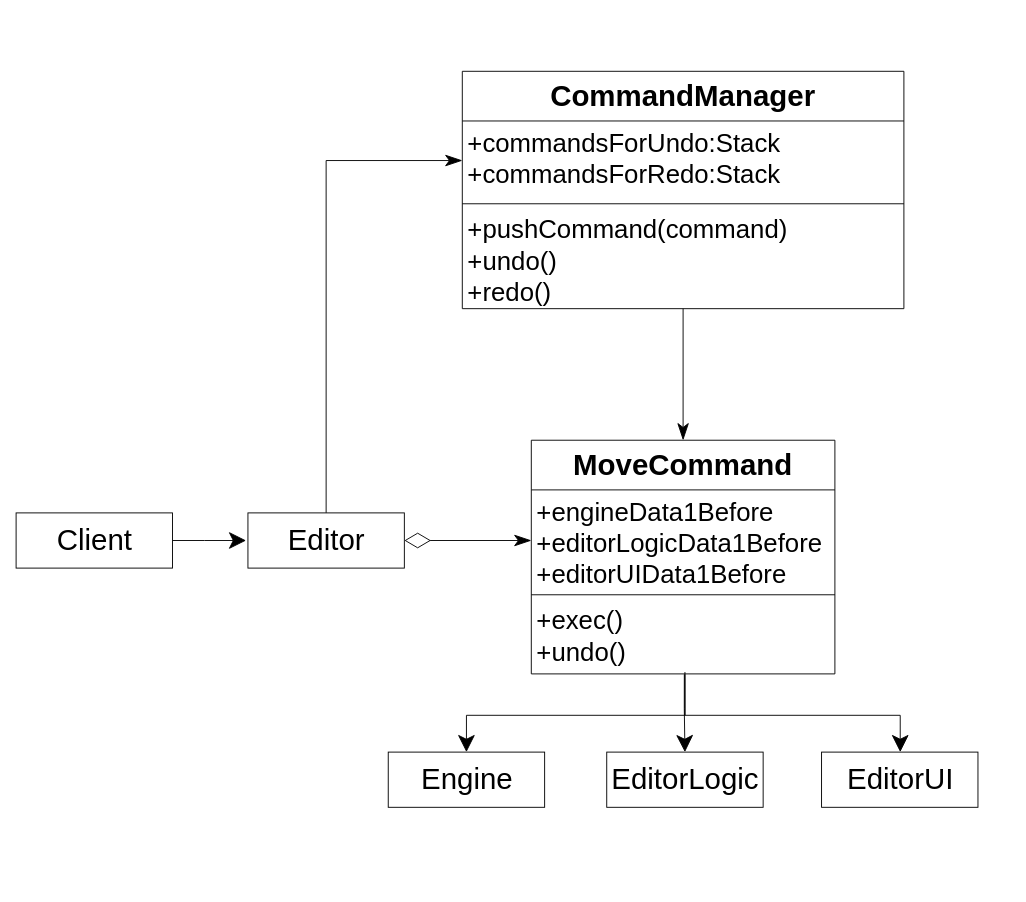
Above: packages/撤销重做模式/story_before/UML.drawio in yyc-git/3DProgramPattern (draw.io), before the change. Source tidied: cells renumbered, new cells numbered last; positions are measured from the earlier drawing's top-left corner, leaving out a move shared by most shapes. Both pictures are drawn from the tidied source at 92%, with x=0, y=0 at pixel (16, 71).
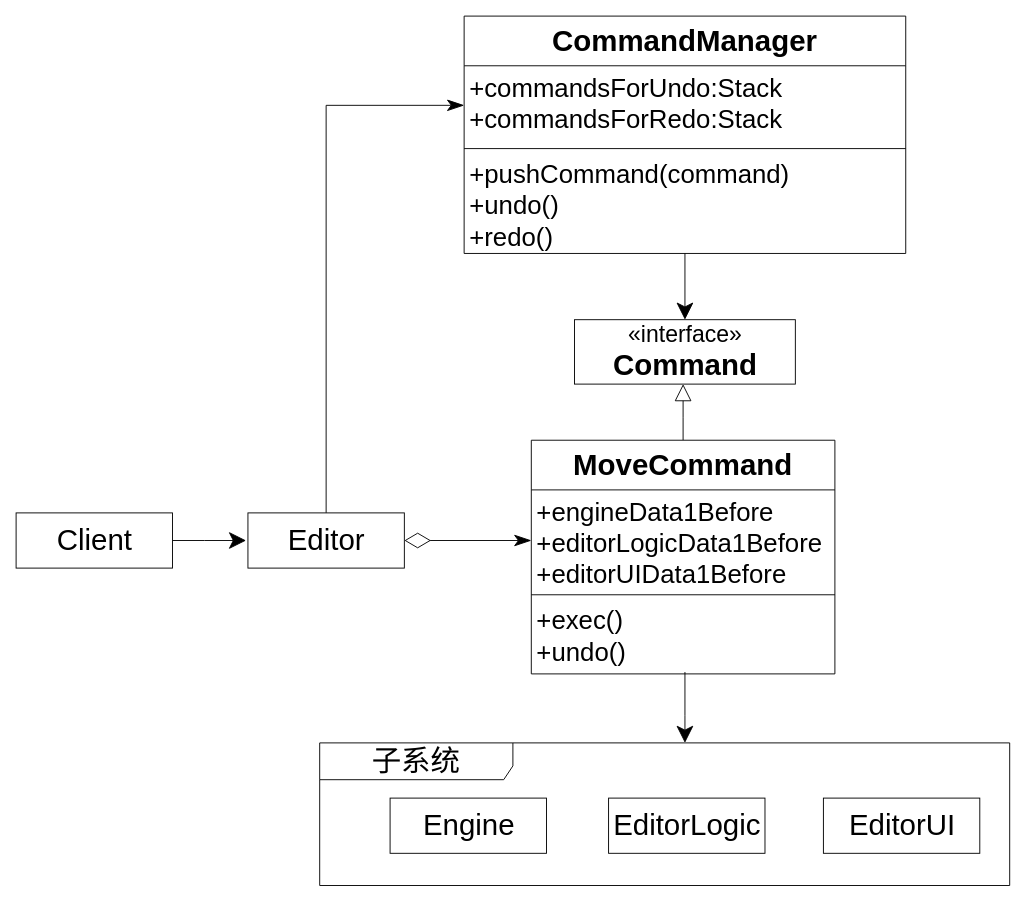
After the change.

Commit message (it also covers changes not shown here):
feat(撤销重做模式): add article; update code and uml;

Unchanged cells that the change refers to:
```xml
<mxCell id="17" value="MoveCommand" style="swimlane;fontStyle=1;align=center;verticalAlign=top;horizontal=1;startSize=54;fontSize=32;" parent="1" vertex="1">
  <mxGeometry x="560" y="401" width="330" height="254" as="geometry" />
</mxCell>
<mxCell id="20" value="+exec()&#10;+undo()" style="text;strokeColor=none;fillColor=none;align=left;verticalAlign=top;spacingLeft=4;spacingRight=4;overflow=hidden;points=[[0,0.5],[1,0.5]];portConstraint=eastwest;fontSize=28;" parent="17" vertex="1">
  <mxGeometry y="172" width="330" height="82" as="geometry" />
</mxCell>
```

Diff of the diagram source:
```diff
@@
+    <mxCell id="22" value="&lt;font style=&quot;font-size: 32px&quot;&gt;子系统&lt;/font&gt;" style="shape=umlFrame;whiteSpace=wrap;html=1;width=210;height=40;fontSize=32;" parent="1" vertex="1">
+      <mxGeometry x="330" y="730" width="750" height="155" as="geometry" />
+    </mxCell>
@@
     <mxCell id="4" value="Engine" style="html=1;fontSize=32;" parent="1" vertex="1">
-      <mxGeometry x="404.5" y="740" width="170" height="60" as="geometry" />
+      <mxGeometry x="406.5" y="790" width="170" height="60" as="geometry" />
     </mxCell>
     <mxCell id="5" value="EditorLogic" style="html=1;fontSize=32;" parent="1" vertex="1">
-      <mxGeometry x="642" y="740" width="170" height="60" as="geometry" />
+      <mxGeometry x="644" y="790" width="170" height="60" as="geometry" />
     </mxCell>
     <mxCell id="6" value="EditorUI" style="html=1;fontSize=32;" parent="1" vertex="1">
-      <mxGeometry x="875.5" y="740" width="170" height="60" as="geometry" />
+      <mxGeometry x="877.5" y="790" width="170" height="60" as="geometry" />
     </mxCell>
-    <mxCell id="7" style="edgeStyle=orthogonalEdgeStyle;rounded=0;jettySize=auto;html=1;startArrow=none;startFill=0;endArrow=classicThin;endFill=1;startSize=16;endSize=16;" parent="1" edge="1" source="8" target="17">
-      <mxGeometry relative="1" as="geometry" />
-    </mxCell>
+    <mxCell id="23" style="edgeStyle=orthogonalEdgeStyle;rounded=0;jettySize=auto;html=1;startSize=16;endSize=16;entryX=0.5;entryY=0;entryDx=0;entryDy=0;" parent="1" edge="1" source="8" target="25">
+      <mxGeometry relative="1" as="geometry" />
+    </mxCell>
     <mxCell id="8" value="CommandManager" style="swimlane;fontStyle=1;align=center;verticalAlign=top;horizontal=1;startSize=54;fontSize=32;" parent="1" vertex="1">
-      <mxGeometry x="485" width="480" height="258" as="geometry" />
+      <mxGeometry x="487" y="-60" width="480" height="258" as="geometry" />
     </mxCell>
@@
-    <mxCell id="15" style="edgeStyle=orthogonalEdgeStyle;rounded=0;jettySize=auto;html=1;exitX=0.504;exitY=1.006;exitDx=0;exitDy=0;exitPerimeter=0;endSize=16;startSize=16;" parent="1" edge="1" source="20" target="5">
-      <mxGeometry relative="1" as="geometry" />
-    </mxCell>
-    <mxCell id="16" style="edgeStyle=orthogonalEdgeStyle;rounded=0;jettySize=auto;html=1;entryX=0.5;entryY=0;entryDx=0;entryDy=0;exitX=0.506;exitY=1.006;exitDx=0;exitDy=0;exitPerimeter=0;endSize=16;startSize=16;" parent="1" edge="1" source="20" target="4">
-      <mxGeometry relative="1" as="geometry">
-        <Array as="points">
-          <mxPoint x="727" y="700" />
-          <mxPoint x="490" y="700" />
-        </Array>
-      </mxGeometry>
-    </mxCell>
+    <mxCell id="24" style="edgeStyle=orthogonalEdgeStyle;rounded=0;jettySize=auto;html=1;entryX=0.5;entryY=1;entryDx=0;entryDy=0;startSize=16;endSize=16;endArrow=block;endFill=0;" parent="1" edge="1" source="17">
+      <mxGeometry relative="1" as="geometry">
+        <mxPoint x="725" y="340" as="targetPoint" />
+      </mxGeometry>
+    </mxCell>
@@
-    <mxCell id="21" style="edgeStyle=orthogonalEdgeStyle;rounded=0;jettySize=auto;html=1;endSize=16;startSize=16;" parent="1" edge="1" target="6">
+    <mxCell id="21" style="edgeStyle=orthogonalEdgeStyle;rounded=0;orthogonalLoop=1;jettySize=auto;html=1;endSize=16;startSize=16;" parent="1" edge="1">
       <mxGeometry relative="1" as="geometry">
         <mxPoint x="727" y="653" as="sourcePoint" />
+        <mxPoint x="727" y="730" as="targetPoint" />
         <Array as="points">
           <mxPoint x="727" y="700" />
-          <mxPoint x="961" y="700" />
+          <mxPoint x="727" y="700" />
         </Array>
       </mxGeometry>
     </mxCell>
+    <mxCell id="25" value="&lt;font&gt;&lt;font style=&quot;font-size: 25px&quot;&gt;«interface»&lt;/font&gt;&lt;br&gt;&lt;b&gt;&lt;font style=&quot;font-size: 32px&quot;&gt;Command&lt;/font&gt;&lt;/b&gt;&lt;/font&gt;" style="html=1;" parent="1" vertex="1">
+      <mxGeometry x="607" y="270" width="240" height="70" as="geometry" />
+    </mxCell>
```
